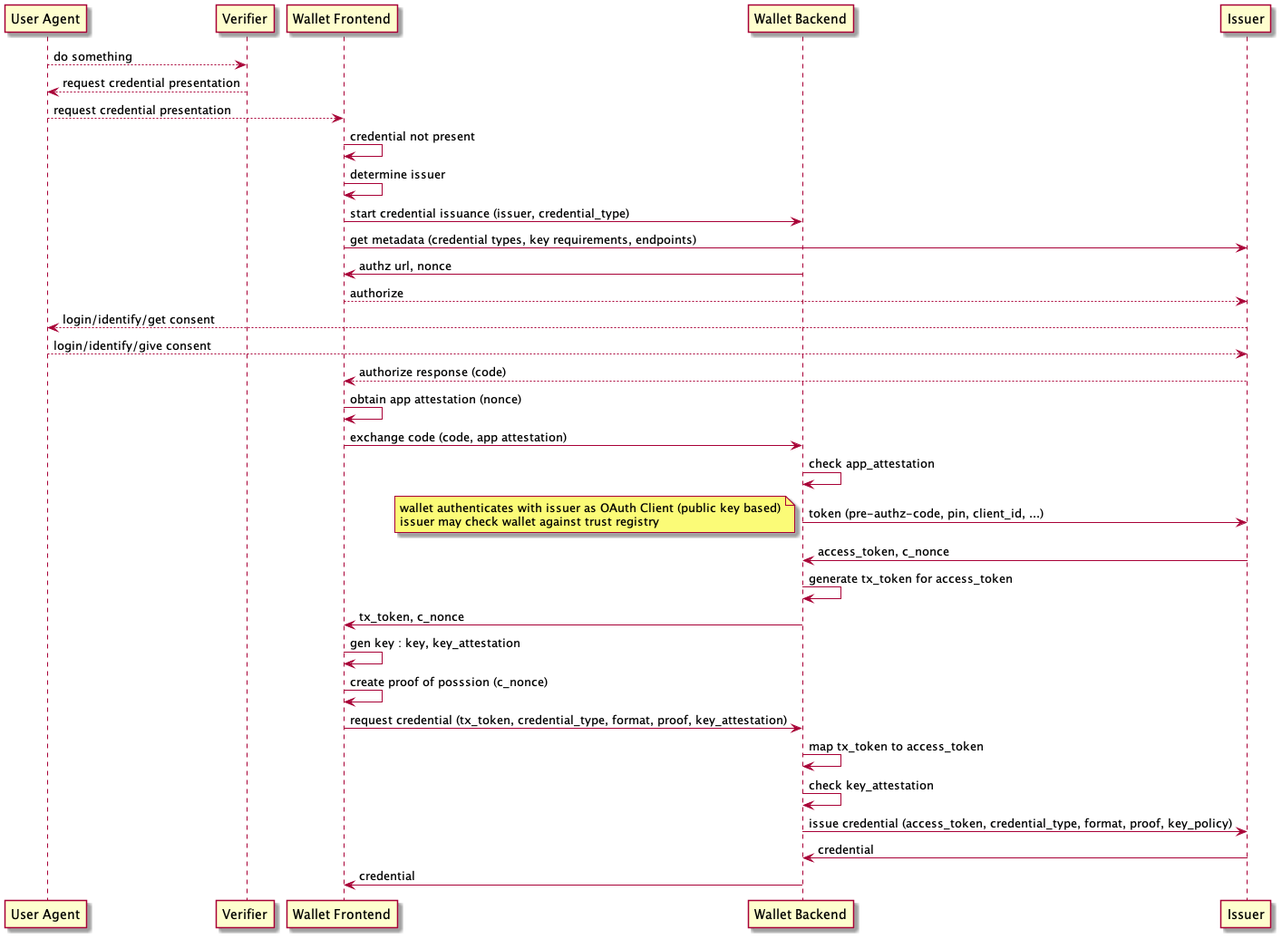
This is diagrams/attestation_native_app_code_flow.png from openid/OpenID4VCI, a PlantUML export, as it was before one commit. The source it was exported from:
```plantuml
@startuml
participant "User Agent" as u
participant Verifier as v
participant "Wallet Frontend" as w
participant "Wallet Backend" as b
participant Issuer as i

u --> v : do something
v --> u : request credential presentation
u --> w : request credential presentation
w -> w : credential not present
w -> w : determine issuer
w -> b : start credential issuance (issuer, credential_type)
w -> i: get metadata (credential types, key requirements, endpoints)
b -> w : authz url, nonce
w --> i : authorize
i --> u : login/identify/get consent
u --> i : login/identify/give consent
i --> w : authorize response (code)
w -> w : obtain app attestation (nonce)
w -> b : exchange code (code, app attestation)
b -> b : check app_attestation
b -> i : token (pre-authz-code, pin, client_id, ...)
note left: wallet authenticates with issuer as OAuth Client (public key based)\nissuer may check wallet against trust registry
i -> b : access_token, c_nonce
b -> b : generate tx_token for access_token
b -> w: tx_token, c_nonce
w -> w : gen key : key, key_attestation
w -> w : create proof of posssion (c_nonce)
w -> b : request credential (tx_token, credential_type, format, proof, key_attestation)
b -> b : map tx_token to access_token
b -> b : check key_attestation
b -> i : issue credential (access_token, credential_type, format, proof, key_policy)
i -> b : credential
b -> w : credential
@enduml
```
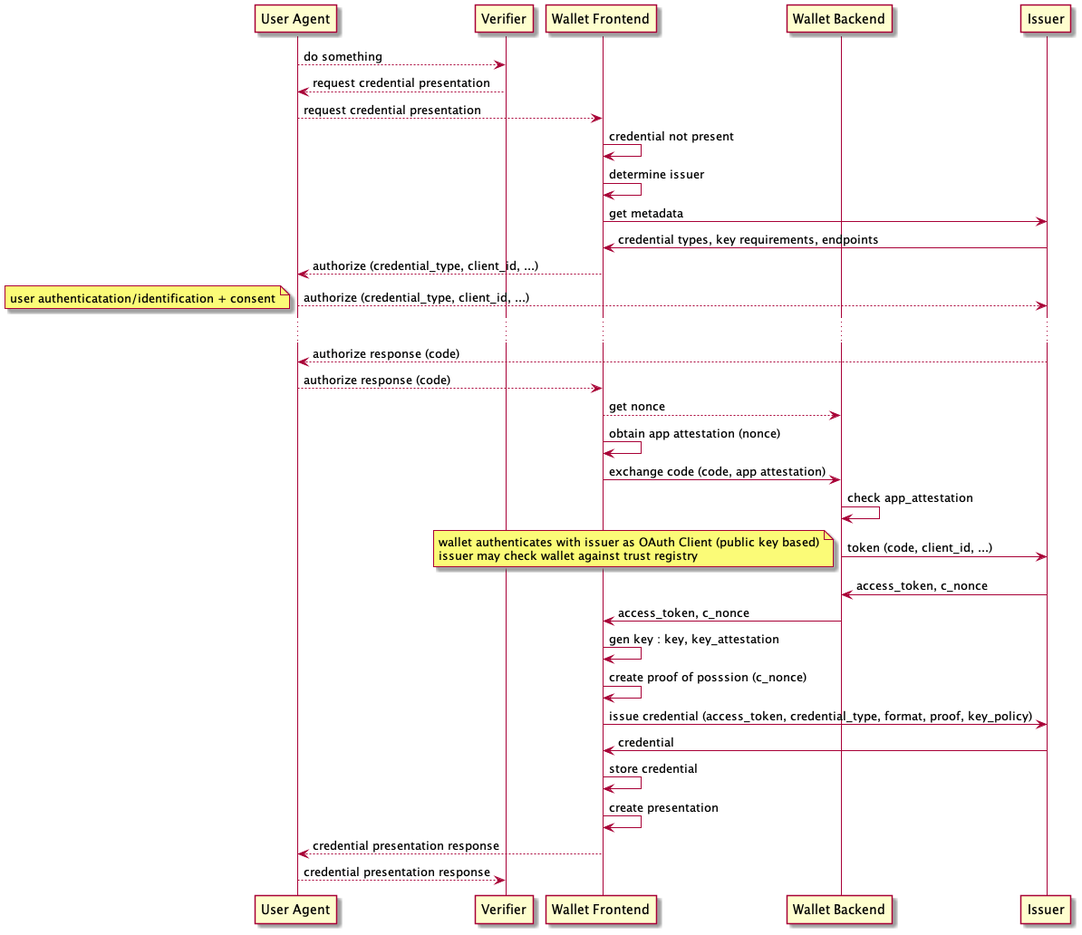
Later version of the same file.

Commit message:
simplified sequences

Change to the diagram source:
```diff
@@ -10,27 +10,28 @@
 u --> w : request credential presentation
 w -> w : credential not present
 w -> w : determine issuer
-w -> b : start credential issuance (issuer, credential_type)
-w -> i: get metadata (credential types, key requirements, endpoints)
-b -> w : authz url, nonce
-w --> i : authorize
-i --> u : login/identify/get consent
-u --> i : login/identify/give consent
-i --> w : authorize response (code)
+w -> i: get metadata
+i -> w: credential types, key requirements, endpoints
+w --> u : authorize (credential_type, client_id, ...)
+u --> i: authorize (credential_type, client_id, ...)
+...
+note left: user authenticatation/identification + consent
+i --> u : authorize response (code)
+u --> w: authorize response (code)
+w --> b: get nonce
 w -> w : obtain app attestation (nonce)
 w -> b : exchange code (code, app attestation)
 b -> b : check app_attestation
-b -> i : token (pre-authz-code, pin, client_id, ...)
+b -> i : token (code, client_id, ...)
 note left: wallet authenticates with issuer as OAuth Client (public key based)\nissuer may check wallet against trust registry
 i -> b : access_token, c_nonce
-b -> b : generate tx_token for access_token
-b -> w: tx_token, c_nonce
+b -> w: access_token, c_nonce
 w -> w : gen key : key, key_attestation
 w -> w : create proof of posssion (c_nonce)
-w -> b : request credential (tx_token, credential_type, format, proof, key_attestation)
-b -> b : map tx_token to access_token
-b -> b : check key_attestation
-b -> i : issue credential (access_token, credential_type, format, proof, key_policy)
-i -> b : credential
-b -> w : credential
+w -> i : issue credential (access_token, credential_type, format, proof, key_policy)
+i -> w : credential
+w -> w: store credential
+w -> w: create presentation
+w --> u: credential presentation response
+u --> v: credential presentation response
 @enduml
```
